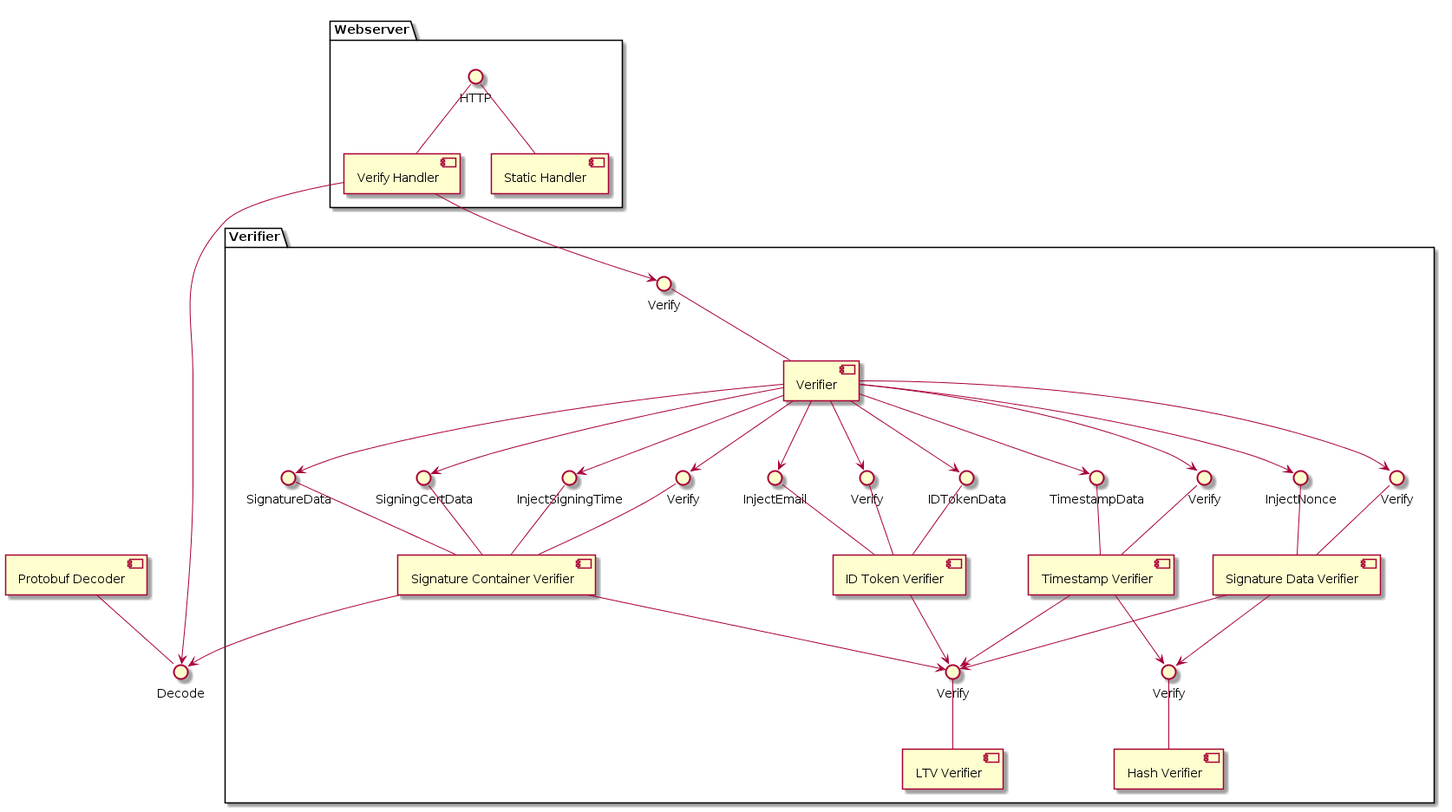
This is doc/main/images/verifier_components.png from izolight/thesis, a PlantUML export, as it was before one commit. Source of this version:
```plantuml
@startuml
skinparam componentStyle uml2

package "Verifier" {
component [Timestamp Verifier] as tsv
component [Signature Container Verifier] as scv
component [Signature Data Verifier] as sdv
component [ID Token Verifier] as idv
component [LTV Verifier] as ltv
component [Hash Verifier] as hv
component Verifier as v

interface Verify as itsv
interface Verify as iscv
interface Verify as isdv
interface Verify as iidv
interface Verify as iltv
interface Verify as ihv
interface Verify
interface SignatureData as isd
interface TimestampData as itd
interface IDTokenData as iid
interface SigningCertData as iscd
interface InjectSigningTime as isst
interface InjectNonce as isn
interface InjectEmail as ise

itsv -- tsv
itd -- tsv
iscv -- scv
isd -- scv
isdv -- sdv
iidv -- idv
iltv -- ltv
ihv -- hv
Verify -- v
iid -- idv
iscd -- scv
isst -- scv
isn -- sdv
ise -- idv

v --> itsv
v --> iscv
v --> isdv
v --> iidv
v --> isd
v --> itd
v --> iid
v --> iscd
v --> isst
v --> isn
v --> ise

tsv --> iltv
tsv --> ihv
scv --> iltv
sdv --> iltv
sdv --> ihv
idv --> iltv
}

package "Webserver" {
 interface HTTP
 [Verify Handler] as vh
 [Static Handler] as sh
 HTTP -- vh
 HTTP -- sh
}

component [Protobuf Decoder] as pd
interface Decode as ipd
pd -- ipd

scv --> ipd
vh --> ipd

vh --> Verify
@enduml
```
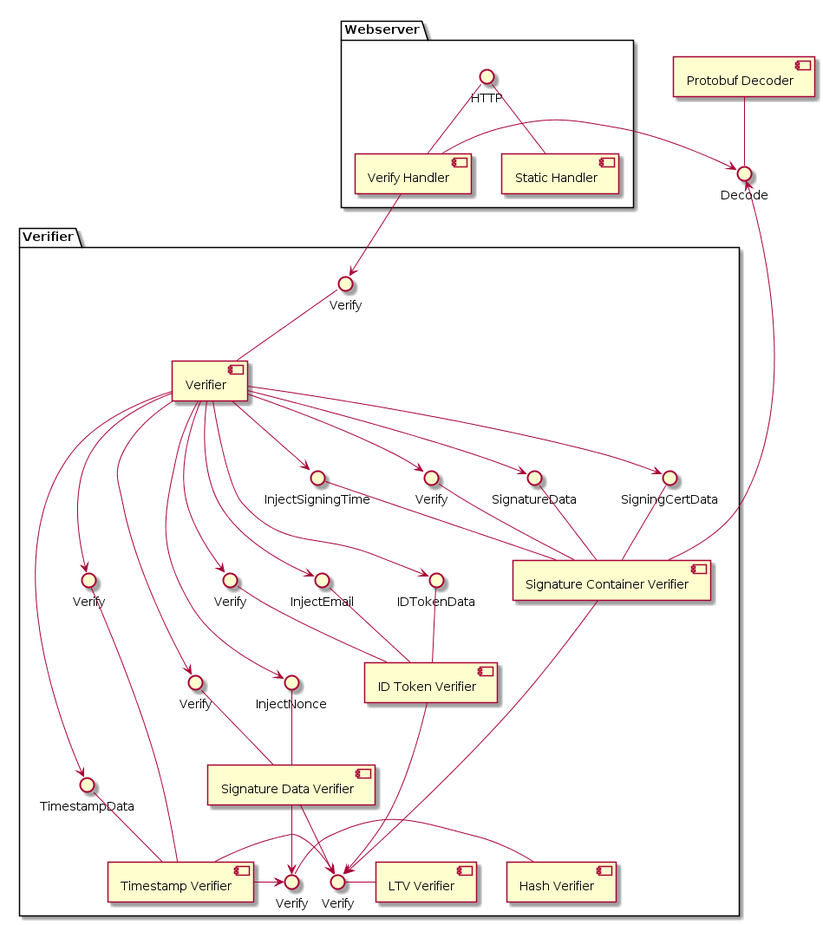
Later version of the same file.

Commit message:
make verifier component diagram more vertical

Change to the diagram source:
```diff
@@ -25,14 +25,18 @@
 interface InjectNonce as isn
 interface InjectEmail as ise
 
+scv -[hidden]-> idv
+idv -[hidden]-> sdv
+sdv -[hidden]-> tsv
+
 itsv -- tsv
 itd -- tsv
 iscv -- scv
 isd -- scv
 isdv -- sdv
 iidv -- idv
-iltv -- ltv
-ihv -- hv
+iltv -right- ltv
+ihv -right- hv
 Verify -- v
 iid -- idv
 iscd -- scv
@@ -52,12 +56,12 @@
 v --> isn
 v --> ise
 
-tsv --> iltv
-tsv --> ihv
-scv --> iltv
-sdv --> iltv
-sdv --> ihv
-idv --> iltv
+tsv -right-> iltv
+tsv -right-> ihv
+scv -right-> iltv
+sdv -right-> iltv
+sdv -right-> ihv
+idv -right-> iltv
 }
 
 package "Webserver" {
@@ -72,8 +76,8 @@
 interface Decode as ipd
 pd -- ipd
 
-scv --> ipd
-vh --> ipd
+scv -up-> ipd
+vh -right-> ipd
 
 vh --> Verify
 @enduml
```
